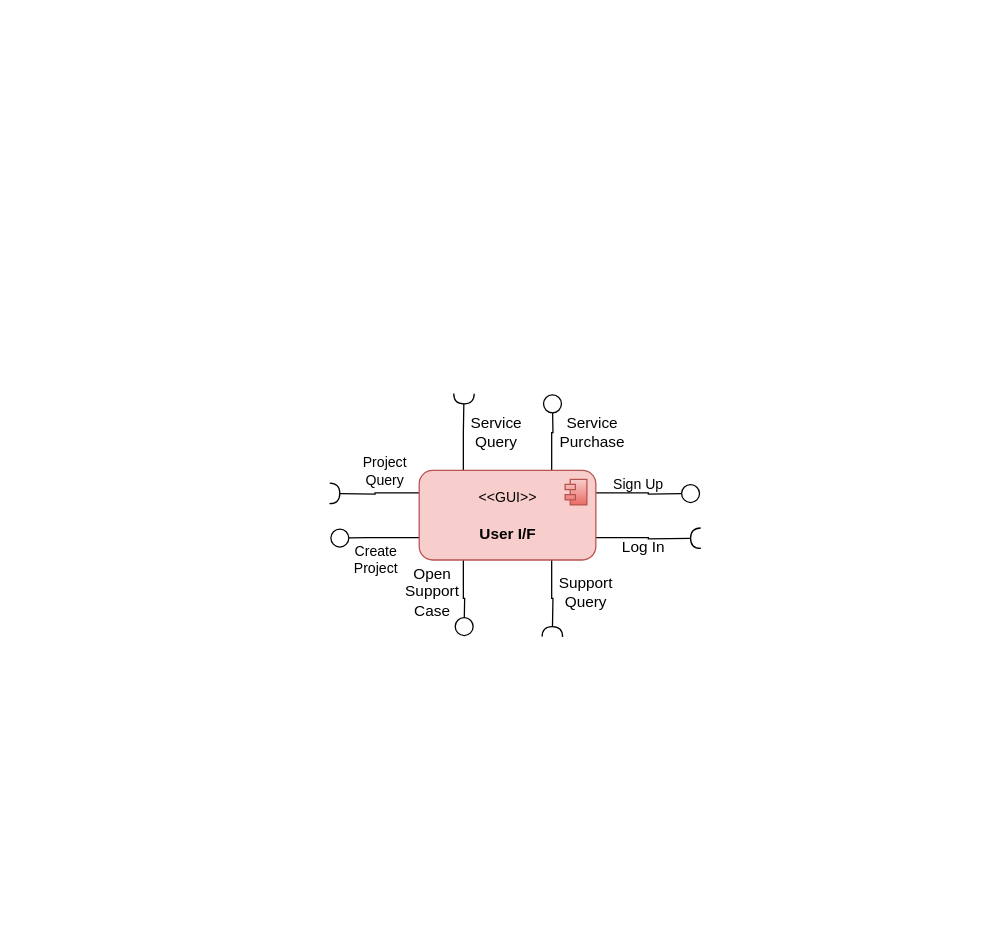
Itaybarbar/myProject keeps this draw.io diagram as page "Component Diagram" (3 of 3) of SAD Diagrams.drawio. Above is the earlier version. Source tidied: cells renumbered, new cells numbered last; positions are measured from the earlier drawing's top-left corner, leaving out a move shared by most shapes. Both pictures are drawn from the tidied source at 128%, with x=0, y=0 at pixel (329, 393).
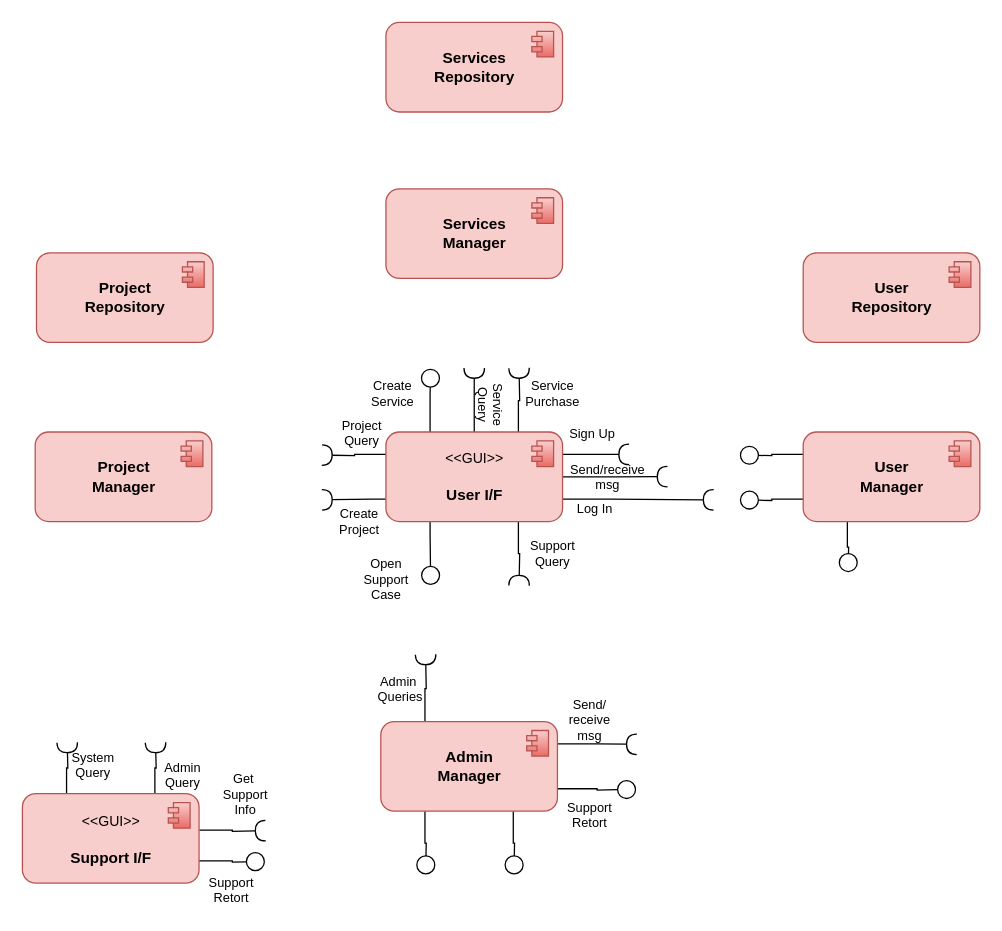
After the change.

What changed in the source:
```diff
@@
     <mxCell id="2" style="edgeStyle=orthogonalEdgeStyle;rounded=0;jettySize=auto;html=1;exitX=0;exitY=0.25;exitDx=0;exitDy=0;endArrow=halfCircle;endFill=0;" parent="1" edge="1" source="13">
       <mxGeometry relative="1" as="geometry">
-        <mxPoint y="78" as="targetPoint" />
+        <mxPoint x="-6" y="48" as="targetPoint" />
       </mxGeometry>
     </mxCell>
-    <mxCell id="3" value="Project &lt;br&gt;Query" style="edgeLabel;html=1;align=center;verticalAlign=middle;" parent="2" vertex="1">
+    <mxCell id="3" value="Project &lt;br style=&quot;font-size: 10px;&quot;&gt;Query" style="edgeLabel;html=1;align=center;verticalAlign=middle;fontSize=10;" parent="2" vertex="1">
       <mxGeometry x="-0.22" y="1" relative="1" as="geometry">
         <mxPoint y="-18" as="offset" />
       </mxGeometry>
     </mxCell>
-    <mxCell id="4" style="edgeStyle=orthogonalEdgeStyle;rounded=0;jettySize=auto;html=1;exitX=0;exitY=0.75;exitDx=0;exitDy=0;endArrow=circle;endFill=0;arcSize=20;strokeWidth=1;targetPerimeterSpacing=12;sourcePerimeterSpacing=0;" parent="1" edge="1" source="13">
+    <mxCell id="4" style="edgeStyle=orthogonalEdgeStyle;rounded=0;jettySize=auto;html=1;exitX=0;exitY=0.75;exitDx=0;exitDy=0;endArrow=halfCircle;endFill=0;arcSize=20;strokeWidth=1;targetPerimeterSpacing=12;sourcePerimeterSpacing=0;" parent="1" edge="1" source="13">
       <mxGeometry relative="1" as="geometry">
-        <mxPoint y="113" as="targetPoint" />
+        <mxPoint x="-6" y="83" as="targetPoint" />
         <Array as="points">
-          <mxPoint x="30" y="113" />
-          <mxPoint x="30" y="113" />
+          <mxPoint x="34" y="83" />
+          <mxPoint x="34" y="83" />
         </Array>
       </mxGeometry>
     </mxCell>
-    <mxCell id="5" value="Create&lt;br&gt;Project" style="edgeLabel;html=1;align=center;verticalAlign=middle;" parent="4" vertex="1">
+    <mxCell id="5" value="Create&lt;br style=&quot;font-size: 10px;&quot;&gt;Project" style="edgeLabel;html=1;align=center;verticalAlign=middle;fontSize=10;" parent="4" vertex="1">
       <mxGeometry x="0.28" y="-1" relative="1" as="geometry">
         <mxPoint x="11" y="18" as="offset" />
       </mxGeometry>
     </mxCell>
-    <mxCell id="6" style="edgeStyle=orthogonalEdgeStyle;rounded=0;jettySize=auto;html=1;exitX=1;exitY=0.25;exitDx=0;exitDy=0;endArrow=circle;endFill=0;sourcePerimeterSpacing=0;targetPerimeterSpacing=0;strokeWidth=1;" parent="1" edge="1" source="13">
+    <mxCell id="6" style="edgeStyle=orthogonalEdgeStyle;rounded=0;jettySize=auto;html=1;exitX=1;exitY=0.25;exitDx=0;exitDy=0;endArrow=halfCircle;endFill=0;sourcePerimeterSpacing=0;targetPerimeterSpacing=0;strokeWidth=1;" parent="1" edge="1" source="13">
       <mxGeometry relative="1" as="geometry">
-        <mxPoint x="290" y="78" as="targetPoint" />
+        <mxPoint x="234" y="47.5" as="targetPoint" />
       </mxGeometry>
     </mxCell>
-    <mxCell id="7" value="Sign Up" style="edgeLabel;html=1;align=center;verticalAlign=middle;labelBackgroundColor=none;" parent="6" vertex="1">
+    <mxCell id="7" value="Sign Up" style="edgeLabel;html=1;align=center;verticalAlign=middle;labelBackgroundColor=none;fontSize=10;" parent="6" vertex="1">
       <mxGeometry x="-0.3" y="3" relative="1" as="geometry">
-        <mxPoint x="3" y="-4" as="offset" />
+        <mxPoint x="4" y="-14" as="offset" />
       </mxGeometry>
     </mxCell>
     <mxCell id="8" style="edgeStyle=orthogonalEdgeStyle;rounded=0;jettySize=auto;html=1;exitX=1;exitY=0.75;exitDx=0;exitDy=0;endArrow=halfCircle;endFill=0;sourcePerimeterSpacing=0;targetPerimeterSpacing=0;strokeWidth=1;" parent="1" edge="1" source="13">
       <mxGeometry relative="1" as="geometry">
-        <mxPoint x="290" y="113" as="targetPoint" />
+        <mxPoint x="300" y="83" as="targetPoint" />
+        <Array as="points">
+          <mxPoint x="220" y="83" />
+          <mxPoint x="220" y="83" />
+        </Array>
       </mxGeometry>
     </mxCell>
-    <mxCell id="9" style="edgeStyle=orthogonalEdgeStyle;rounded=0;jettySize=auto;html=1;exitX=0.25;exitY=0;exitDx=0;exitDy=0;endArrow=halfCircle;endFill=0;sourcePerimeterSpacing=0;targetPerimeterSpacing=0;strokeWidth=1;" parent="1" edge="1" source="13">
+    <mxCell id="9" style="edgeStyle=orthogonalEdgeStyle;rounded=0;jettySize=auto;html=1;exitX=0.25;exitY=0;exitDx=0;exitDy=0;endArrow=circle;endFill=0;sourcePerimeterSpacing=0;targetPerimeterSpacing=0;strokeWidth=1;" parent="1" edge="1" source="13">
       <mxGeometry relative="1" as="geometry">
-        <mxPoint x="105" as="targetPoint" />
+        <mxPoint x="79" y="-20" as="targetPoint" />
         <Array as="points">
-          <mxPoint x="105" y="30" />
-          <mxPoint x="105" y="30" />
+          <mxPoint x="79" />
+          <mxPoint x="79" />
         </Array>
       </mxGeometry>
     </mxCell>
-    <mxCell id="10" style="edgeStyle=orthogonalEdgeStyle;rounded=0;jettySize=auto;html=1;exitX=0.75;exitY=0;exitDx=0;exitDy=0;endArrow=circle;endFill=0;sourcePerimeterSpacing=0;targetPerimeterSpacing=0;strokeWidth=1;" parent="1" edge="1" source="13">
+    <mxCell id="10" style="edgeStyle=orthogonalEdgeStyle;rounded=0;jettySize=auto;html=1;exitX=0.75;exitY=0;exitDx=0;exitDy=0;endArrow=halfCircle;endFill=0;sourcePerimeterSpacing=0;targetPerimeterSpacing=0;strokeWidth=1;" parent="1" edge="1" source="13">
       <mxGeometry relative="1" as="geometry">
-        <mxPoint x="174" as="targetPoint" />
+        <mxPoint x="148" y="-20" as="targetPoint" />
       </mxGeometry>
     </mxCell>
     <mxCell id="11" style="edgeStyle=orthogonalEdgeStyle;rounded=0;jettySize=auto;html=1;exitX=0.25;exitY=1;exitDx=0;exitDy=0;endArrow=circle;endFill=0;sourcePerimeterSpacing=0;targetPerimeterSpacing=0;strokeWidth=1;" parent="1" edge="1" source="13">
       <mxGeometry relative="1" as="geometry">
-        <mxPoint x="105" y="190" as="targetPoint" />
+        <mxPoint x="79" y="150" as="targetPoint" />
+        <Array as="points">
+          <mxPoint x="79" y="110" />
+          <mxPoint x="79" y="110" />
+        </Array>
       </mxGeometry>
     </mxCell>
     <mxCell id="12" style="edgeStyle=orthogonalEdgeStyle;rounded=0;jettySize=auto;html=1;exitX=0.75;exitY=1;exitDx=0;exitDy=0;endArrow=halfCircle;endFill=0;sourcePerimeterSpacing=0;targetPerimeterSpacing=0;strokeWidth=1;" parent="1" edge="1" source="13">
       <mxGeometry relative="1" as="geometry">
-        <mxPoint x="174" y="190" as="targetPoint" />
+        <mxPoint x="148" y="150" as="targetPoint" />
       </mxGeometry>
     </mxCell>
+    <mxCell id="20" style="edgeStyle=orthogonalEdgeStyle;rounded=0;jettySize=auto;html=1;exitX=0.5;exitY=0;exitDx=0;exitDy=0;fontSize=12;endArrow=halfCircle;endFill=0;sourcePerimeterSpacing=0;targetPerimeterSpacing=0;strokeWidth=1;" parent="1" edge="1" source="13">
+      <mxGeometry relative="1" as="geometry">
+        <mxPoint x="113" y="-20" as="targetPoint" />
+      </mxGeometry>
+    </mxCell>
+    <mxCell id="21" style="edgeStyle=orthogonalEdgeStyle;rounded=0;jettySize=auto;html=1;exitX=1;exitY=0.5;exitDx=0;exitDy=0;fontSize=10;endArrow=halfCircle;endFill=0;sourcePerimeterSpacing=0;targetPerimeterSpacing=0;strokeWidth=1;" parent="1" edge="1" source="13">
+      <mxGeometry relative="1" as="geometry">
+        <mxPoint x="264" y="64.9" as="targetPoint" />
+      </mxGeometry>
+    </mxCell>
     <mxCell id="13" value="&lt;blockquote style=&quot;margin: 0 0 0 40px ; border: none ; padding: 0px&quot;&gt;&lt;/blockquote&gt;&lt;span style=&quot;font-size: 11px&quot;&gt;&lt;span style=&quot;font-weight: normal&quot;&gt;&amp;lt;&amp;lt;GUI&amp;gt;&amp;gt;&lt;br&gt;&lt;/span&gt;&lt;br&gt;&lt;/span&gt;User I/F&lt;br&gt; " style="html=1;fillColor=#f8cecc;strokeColor=#b85450;align=center;fontStyle=1;perimeterSpacing=0;rounded=1;" parent="1" vertex="1">
-      <mxGeometry x="70" y="60" width="138" height="70" as="geometry" />
+      <mxGeometry x="44" y="30" width="138" height="70" as="geometry" />
     </mxCell>
@@
-    <mxCell id="15" value="Log In" style="text;html=1;align=center;verticalAlign=middle;strokeColor=none;fillColor=none;" parent="1" vertex="1">
-      <mxGeometry x="220" y="110" width="50" height="20" as="geometry" />
+    <mxCell id="15" value="Log In" style="text;html=1;align=center;verticalAlign=middle;strokeColor=none;fillColor=none;fontSize=10;" parent="1" vertex="1">
+      <mxGeometry x="187" y="80" width="40" height="20" as="geometry" />
     </mxCell>
-    <mxCell id="16" value="Service&lt;br&gt;Query" style="text;html=1;align=center;verticalAlign=middle;strokeColor=none;fillColor=none;" parent="1" vertex="1">
-      <mxGeometry x="100" y="15" width="60" height="30" as="geometry" />
+    <mxCell id="16" value="Service&lt;br style=&quot;font-size: 10px;&quot;&gt;Query" style="text;html=1;align=center;verticalAlign=middle;strokeColor=none;fillColor=none;fontSize=10;rotation=90;" parent="1" vertex="1">
+      <mxGeometry x="102" y="-6.5" width="50" height="30" as="geometry" />
     </mxCell>
-    <mxCell id="17" value="Service&lt;br&gt;Purchase" style="text;html=1;align=center;verticalAlign=middle;strokeColor=none;fillColor=none;" parent="1" vertex="1">
-      <mxGeometry x="170" y="15" width="70" height="30" as="geometry" />
+    <mxCell id="17" value="Service&lt;br style=&quot;font-size: 10px;&quot;&gt;Purchase" style="text;html=1;align=center;verticalAlign=middle;strokeColor=none;fillColor=none;fontSize=10;" parent="1" vertex="1">
+      <mxGeometry x="144" y="-15" width="60" height="30" as="geometry" />
     </mxCell>
-    <mxCell id="18" value="Open&lt;br&gt;Support&lt;br&gt;Case" style="text;html=1;align=center;verticalAlign=middle;strokeColor=none;fillColor=none;" parent="1" vertex="1">
-      <mxGeometry x="50" y="130" width="60" height="50" as="geometry" />
+    <mxCell id="18" value="Open&lt;br style=&quot;font-size: 10px;&quot;&gt;Support&lt;br style=&quot;font-size: 10px;&quot;&gt;Case" style="text;html=1;align=center;verticalAlign=middle;strokeColor=none;fillColor=none;fontSize=10;" parent="1" vertex="1">
+      <mxGeometry x="19" y="125" width="50" height="40" as="geometry" />
     </mxCell>
-    <mxCell id="19" value="Support&lt;br&gt;Query" style="text;html=1;align=center;verticalAlign=middle;strokeColor=none;fillColor=none;" parent="1" vertex="1">
-      <mxGeometry x="170" y="140" width="60" height="30" as="geometry" />
+    <mxCell id="19" value="Support&lt;br style=&quot;font-size: 10px;&quot;&gt;Query" style="text;html=1;align=center;verticalAlign=middle;strokeColor=none;fillColor=none;fontSize=10;" parent="1" vertex="1">
+      <mxGeometry x="149" y="110" width="50" height="30" as="geometry" />
     </mxCell>
+    <mxCell id="22" style="edgeStyle=orthogonalEdgeStyle;rounded=0;jettySize=auto;html=1;exitX=1.001;exitY=0.407;exitDx=0;exitDy=0;endArrow=halfCircle;endFill=0;sourcePerimeterSpacing=0;targetPerimeterSpacing=0;strokeWidth=1;exitPerimeter=0;" parent="1" edge="1" source="26">
+      <mxGeometry relative="1" as="geometry">
+        <mxPoint x="-50" y="341.5" as="targetPoint" />
+      </mxGeometry>
+    </mxCell>
+    <mxCell id="23" style="edgeStyle=orthogonalEdgeStyle;rounded=0;jettySize=auto;html=1;exitX=0.75;exitY=0;exitDx=0;exitDy=0;fontSize=10;endArrow=halfCircle;endFill=0;sourcePerimeterSpacing=0;targetPerimeterSpacing=0;strokeWidth=1;" parent="1" edge="1" source="26">
+      <mxGeometry relative="1" as="geometry">
+        <mxPoint x="-136" y="272.5" as="targetPoint" />
+      </mxGeometry>
+    </mxCell>
+    <mxCell id="24" style="edgeStyle=orthogonalEdgeStyle;rounded=0;jettySize=auto;html=1;exitX=0.25;exitY=0;exitDx=0;exitDy=0;fontSize=10;endArrow=halfCircle;endFill=0;sourcePerimeterSpacing=0;targetPerimeterSpacing=0;strokeWidth=1;" parent="1" edge="1" source="26">
+      <mxGeometry relative="1" as="geometry">
+        <mxPoint x="-205" y="272.5" as="targetPoint" />
+      </mxGeometry>
+    </mxCell>
+    <mxCell id="25" style="edgeStyle=orthogonalEdgeStyle;rounded=0;jettySize=auto;html=1;exitX=1;exitY=0.75;exitDx=0;exitDy=0;fontSize=10;endArrow=circle;endFill=0;sourcePerimeterSpacing=0;targetPerimeterSpacing=0;strokeWidth=1;" parent="1" edge="1" source="26">
+      <mxGeometry relative="1" as="geometry">
+        <mxPoint x="-50" y="365.5" as="targetPoint" />
+      </mxGeometry>
+    </mxCell>
+    <mxCell id="26" value="&lt;blockquote style=&quot;margin: 0 0 0 40px ; border: none ; padding: 0px&quot;&gt;&lt;/blockquote&gt;&lt;span style=&quot;font-size: 11px&quot;&gt;&lt;span style=&quot;font-weight: normal&quot;&gt;&amp;lt;&amp;lt;GUI&amp;gt;&amp;gt;&lt;br&gt;&lt;/span&gt;&lt;br&gt;&lt;/span&gt;Support I/F&lt;br&gt; " style="html=1;fillColor=#f8cecc;strokeColor=#b85450;align=center;fontStyle=1;perimeterSpacing=0;rounded=1;" parent="1" vertex="1">
+      <mxGeometry x="-240" y="312.5" width="138" height="70" as="geometry" />
+    </mxCell>
+    <mxCell id="27" style="shape=module;jettyWidth=8;jettyHeight=4;fillColor=#f8cecc;strokeColor=#b85450;gradientColor=#ea6b66;" parent="26" vertex="1">
+      <mxGeometry x="1" width="17" height="20" relative="1" as="geometry">
+        <mxPoint x="-24" y="7" as="offset" />
+      </mxGeometry>
+    </mxCell>
+    <mxCell id="28" value="Get&amp;nbsp;&lt;br style=&quot;font-size: 10px;&quot;&gt;Support&lt;br style=&quot;font-size: 10px;&quot;&gt;Info" style="text;html=1;align=center;verticalAlign=middle;strokeColor=none;fillColor=none;fontSize=10;" parent="1" vertex="1">
+      <mxGeometry x="-91" y="292.5" width="50" height="40" as="geometry" />
+    </mxCell>
+    <mxCell id="29" style="edgeStyle=orthogonalEdgeStyle;rounded=0;jettySize=auto;html=1;exitX=0.25;exitY=1;exitDx=0;exitDy=0;fontSize=10;endArrow=circle;endFill=0;sourcePerimeterSpacing=0;targetPerimeterSpacing=0;strokeWidth=1;" parent="1" edge="1" source="32">
+      <mxGeometry relative="1" as="geometry">
+        <mxPoint x="405" y="140" as="targetPoint" />
+      </mxGeometry>
+    </mxCell>
+    <mxCell id="30" style="edgeStyle=orthogonalEdgeStyle;rounded=0;jettySize=auto;html=1;exitX=0;exitY=0.25;exitDx=0;exitDy=0;fontSize=10;endArrow=circle;endFill=0;sourcePerimeterSpacing=0;targetPerimeterSpacing=0;strokeWidth=1;" parent="1" edge="1" source="32">
+      <mxGeometry relative="1" as="geometry">
+        <mxPoint x="320" y="48" as="targetPoint" />
+      </mxGeometry>
+    </mxCell>
+    <mxCell id="31" style="edgeStyle=orthogonalEdgeStyle;rounded=0;jettySize=auto;html=1;exitX=0;exitY=0.75;exitDx=0;exitDy=0;fontSize=10;endArrow=circle;endFill=0;sourcePerimeterSpacing=0;targetPerimeterSpacing=0;strokeWidth=1;" parent="1" edge="1" source="32">
+      <mxGeometry relative="1" as="geometry">
+        <mxPoint x="320" y="83" as="targetPoint" />
+      </mxGeometry>
+    </mxCell>
+    <mxCell id="32" value="&lt;blockquote style=&quot;margin: 0 0 0 40px ; border: none ; padding: 0px&quot;&gt;&lt;/blockquote&gt;&lt;font style=&quot;font-size: 12px&quot;&gt;User&lt;/font&gt;&lt;br&gt;Manager&lt;br&gt; " style="html=1;fillColor=#f8cecc;strokeColor=#b85450;align=center;fontStyle=1;perimeterSpacing=0;rounded=1;" parent="1" vertex="1">
+      <mxGeometry x="370" y="30" width="138" height="70" as="geometry" />
+    </mxCell>
+    <mxCell id="33" style="shape=module;jettyWidth=8;jettyHeight=4;fillColor=#f8cecc;strokeColor=#b85450;gradientColor=#ea6b66;" parent="32" vertex="1">
+      <mxGeometry x="1" width="17" height="20" relative="1" as="geometry">
+        <mxPoint x="-24" y="7" as="offset" />
+      </mxGeometry>
+    </mxCell>
+    <mxCell id="34" value="&lt;blockquote style=&quot;margin: 0 0 0 40px ; border: none ; padding: 0px&quot;&gt;&lt;/blockquote&gt;&lt;font style=&quot;font-size: 12px&quot;&gt;User&lt;/font&gt;&lt;br&gt;Repository&lt;br&gt; " style="html=1;fillColor=#f8cecc;strokeColor=#b85450;align=center;fontStyle=1;perimeterSpacing=0;rounded=1;" parent="1" vertex="1">
+      <mxGeometry x="370" y="-110" width="138" height="70" as="geometry" />
+    </mxCell>
+    <mxCell id="35" style="shape=module;jettyWidth=8;jettyHeight=4;fillColor=#f8cecc;strokeColor=#b85450;gradientColor=#ea6b66;" parent="34" vertex="1">
+      <mxGeometry x="1" width="17" height="20" relative="1" as="geometry">
+        <mxPoint x="-24" y="7" as="offset" />
+      </mxGeometry>
+    </mxCell>
+    <mxCell id="36" value="&lt;blockquote style=&quot;margin: 0 0 0 40px ; border: none ; padding: 0px&quot;&gt;&lt;/blockquote&gt;&lt;font style=&quot;font-size: 12px&quot;&gt;Services&lt;/font&gt;&lt;br&gt;Manager&lt;br&gt; " style="html=1;fillColor=#f8cecc;strokeColor=#b85450;align=center;fontStyle=1;perimeterSpacing=0;rounded=1;" parent="1" vertex="1">
+      <mxGeometry x="44" y="-160" width="138" height="70" as="geometry" />
+    </mxCell>
+    <mxCell id="37" style="shape=module;jettyWidth=8;jettyHeight=4;fillColor=#f8cecc;strokeColor=#b85450;gradientColor=#ea6b66;" parent="36" vertex="1">
+      <mxGeometry x="1" width="17" height="20" relative="1" as="geometry">
+        <mxPoint x="-24" y="7" as="offset" />
+      </mxGeometry>
+    </mxCell>
+    <mxCell id="38" value="&lt;blockquote style=&quot;margin: 0 0 0 40px ; border: none ; padding: 0px&quot;&gt;&lt;/blockquote&gt;&lt;font style=&quot;font-size: 12px&quot;&gt;Services&lt;/font&gt;&lt;br&gt;Repository&lt;br&gt; " style="html=1;fillColor=#f8cecc;strokeColor=#b85450;align=center;fontStyle=1;perimeterSpacing=0;rounded=1;" parent="1" vertex="1">
+      <mxGeometry x="44" y="-290" width="138" height="70" as="geometry" />
+    </mxCell>
+    <mxCell id="39" style="shape=module;jettyWidth=8;jettyHeight=4;fillColor=#f8cecc;strokeColor=#b85450;gradientColor=#ea6b66;" parent="38" vertex="1">
+      <mxGeometry x="1" width="17" height="20" relative="1" as="geometry">
+        <mxPoint x="-24" y="7" as="offset" />
+      </mxGeometry>
+    </mxCell>
+    <mxCell id="40" value="&lt;blockquote style=&quot;margin: 0 0 0 40px ; border: none ; padding: 0px&quot;&gt;&lt;/blockquote&gt;&lt;font style=&quot;font-size: 12px&quot;&gt;Project&lt;/font&gt;&lt;br&gt;Manager&lt;br&gt; " style="html=1;fillColor=#f8cecc;strokeColor=#b85450;align=center;fontStyle=1;perimeterSpacing=0;rounded=1;" parent="1" vertex="1">
+      <mxGeometry x="-230" y="30" width="138" height="70" as="geometry" />
+    </mxCell>
+    <mxCell id="41" style="shape=module;jettyWidth=8;jettyHeight=4;fillColor=#f8cecc;strokeColor=#b85450;gradientColor=#ea6b66;" parent="40" vertex="1">
+      <mxGeometry x="1" width="17" height="20" relative="1" as="geometry">
+        <mxPoint x="-24" y="7" as="offset" />
+      </mxGeometry>
+    </mxCell>
+    <mxCell id="42" value="&lt;blockquote style=&quot;margin: 0 0 0 40px ; border: none ; padding: 0px&quot;&gt;&lt;/blockquote&gt;Project&lt;br&gt;Repository&lt;br&gt; " style="html=1;fillColor=#f8cecc;strokeColor=#b85450;align=center;fontStyle=1;perimeterSpacing=0;rounded=1;" parent="1" vertex="1">
+      <mxGeometry x="-229" y="-110" width="138" height="70" as="geometry" />
+    </mxCell>
+    <mxCell id="43" style="shape=module;jettyWidth=8;jettyHeight=4;fillColor=#f8cecc;strokeColor=#b85450;gradientColor=#ea6b66;" parent="42" vertex="1">
+      <mxGeometry x="1" width="17" height="20" relative="1" as="geometry">
+        <mxPoint x="-24" y="7" as="offset" />
+      </mxGeometry>
+    </mxCell>
+    <mxCell id="44" style="edgeStyle=orthogonalEdgeStyle;rounded=0;jettySize=auto;html=1;exitX=1;exitY=0.75;exitDx=0;exitDy=0;fontSize=10;endArrow=circle;endFill=0;sourcePerimeterSpacing=0;targetPerimeterSpacing=0;strokeWidth=1;" parent="1" edge="1" source="49">
+      <mxGeometry relative="1" as="geometry">
+        <mxPoint x="240" y="309.2" as="targetPoint" />
+      </mxGeometry>
+    </mxCell>
+    <mxCell id="45" style="edgeStyle=orthogonalEdgeStyle;rounded=0;jettySize=auto;html=1;exitX=0.75;exitY=1;exitDx=0;exitDy=0;fontSize=10;endArrow=circle;endFill=0;sourcePerimeterSpacing=0;targetPerimeterSpacing=0;strokeWidth=1;" parent="1" edge="1" source="49">
+      <mxGeometry relative="1" as="geometry">
+        <mxPoint x="144" y="376.2" as="targetPoint" />
+      </mxGeometry>
+    </mxCell>
+    <mxCell id="46" style="edgeStyle=orthogonalEdgeStyle;rounded=0;jettySize=auto;html=1;exitX=0.25;exitY=1;exitDx=0;exitDy=0;fontSize=10;endArrow=circle;endFill=0;sourcePerimeterSpacing=0;targetPerimeterSpacing=0;strokeWidth=1;" parent="1" edge="1" source="49">
+      <mxGeometry relative="1" as="geometry">
+        <mxPoint x="75" y="376.2" as="targetPoint" />
+      </mxGeometry>
+    </mxCell>
+    <mxCell id="47" style="edgeStyle=orthogonalEdgeStyle;rounded=0;jettySize=auto;html=1;exitX=0.25;exitY=0;exitDx=0;exitDy=0;fontSize=10;endArrow=halfCircle;endFill=0;sourcePerimeterSpacing=0;targetPerimeterSpacing=0;strokeWidth=1;" parent="1" edge="1" source="49">
+      <mxGeometry relative="1" as="geometry">
+        <mxPoint x="75" y="203.8" as="targetPoint" />
+      </mxGeometry>
+    </mxCell>
+    <mxCell id="48" style="edgeStyle=orthogonalEdgeStyle;rounded=0;jettySize=auto;html=1;exitX=1;exitY=0.25;exitDx=0;exitDy=0;fontSize=10;endArrow=halfCircle;endFill=0;sourcePerimeterSpacing=0;targetPerimeterSpacing=0;strokeWidth=1;" parent="1" edge="1" source="49">
+      <mxGeometry relative="1" as="geometry">
+        <mxPoint x="240" y="274" as="targetPoint" />
+      </mxGeometry>
+    </mxCell>
+    <mxCell id="49" value="&lt;blockquote style=&quot;margin: 0 0 0 40px ; border: none ; padding: 0px&quot;&gt;&lt;/blockquote&gt;Admin&lt;br&gt;Manager&lt;br&gt; " style="html=1;fillColor=#f8cecc;strokeColor=#b85450;align=center;fontStyle=1;perimeterSpacing=0;rounded=1;" parent="1" vertex="1">
+      <mxGeometry x="40" y="256.2" width="138" height="70" as="geometry" />
+    </mxCell>
+    <mxCell id="50" style="shape=module;jettyWidth=8;jettyHeight=4;fillColor=#f8cecc;strokeColor=#b85450;gradientColor=#ea6b66;" parent="49" vertex="1">
+      <mxGeometry x="1" width="17" height="20" relative="1" as="geometry">
+        <mxPoint x="-24" y="7" as="offset" />
+      </mxGeometry>
+    </mxCell>
+    <mxCell id="51" value="Admin &lt;br&gt;Query" style="text;html=1;align=center;verticalAlign=middle;strokeColor=none;fillColor=none;fontSize=10;" parent="1" vertex="1">
+      <mxGeometry x="-135" y="282.5" width="40" height="30" as="geometry" />
+    </mxCell>
+    <mxCell id="52" value="System&lt;br&gt;Query" style="text;html=1;align=center;verticalAlign=middle;strokeColor=none;fillColor=none;fontSize=10;" parent="1" vertex="1">
+      <mxGeometry x="-210" y="275" width="50" height="30" as="geometry" />
+    </mxCell>
+    <mxCell id="53" value="Support&lt;br&gt;Retort" style="text;html=1;align=center;verticalAlign=middle;strokeColor=none;fillColor=none;fontSize=10;" parent="1" vertex="1">
+      <mxGeometry x="-102" y="372.5" width="50" height="30" as="geometry" />
+    </mxCell>
+    <mxCell id="54" value="Support&lt;br&gt;Retort" style="text;html=1;align=center;verticalAlign=middle;strokeColor=none;fillColor=none;fontSize=10;" parent="1" vertex="1">
+      <mxGeometry x="178" y="313.8" width="50" height="30" as="geometry" />
+    </mxCell>
+    <mxCell id="55" value="Create&lt;br&gt;Service" style="text;html=1;align=center;verticalAlign=middle;strokeColor=none;fillColor=none;fontSize=10;" parent="1" vertex="1">
+      <mxGeometry x="24" y="-15" width="50" height="30" as="geometry" />
+    </mxCell>
+    <mxCell id="56" value="Admin&amp;nbsp;&lt;br&gt;Queries" style="text;html=1;align=center;verticalAlign=middle;strokeColor=none;fillColor=none;fontSize=10;" parent="1" vertex="1">
+      <mxGeometry x="30" y="216.2" width="50" height="30" as="geometry" />
+    </mxCell>
+    <mxCell id="57" value="Send/receive&lt;br&gt;msg" style="text;html=1;align=center;verticalAlign=middle;strokeColor=none;fillColor=none;fontSize=10;" parent="1" vertex="1">
+      <mxGeometry x="182" y="50" width="70" height="30" as="geometry" />
+    </mxCell>
+    <mxCell id="58" value="Send/&lt;br&gt;receive&lt;br&gt;msg" style="text;html=1;align=center;verticalAlign=middle;strokeColor=none;fillColor=none;fontSize=10;" parent="1" vertex="1">
+      <mxGeometry x="178" y="235" width="50" height="40" as="geometry" />
+    </mxCell>
```
